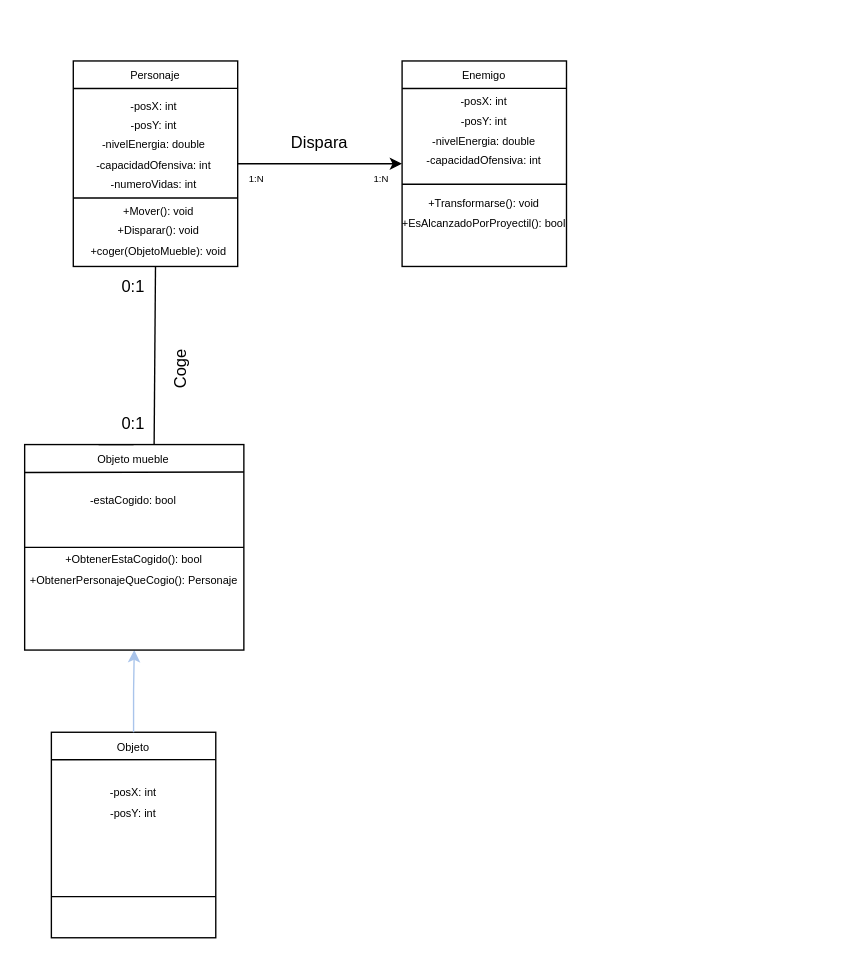
The draw.io diagram Entornos/7/Buaaa5.drawio in enderwigim/DAW1, before the edit. Source tidied: cells renumbered, new cells numbered last; positions are measured from the earlier drawing's top-left corner, leaving out a move shared by most shapes. Both pictures are drawn from the tidied source at 137%, with x=0, y=0 at pixel (23, 60).
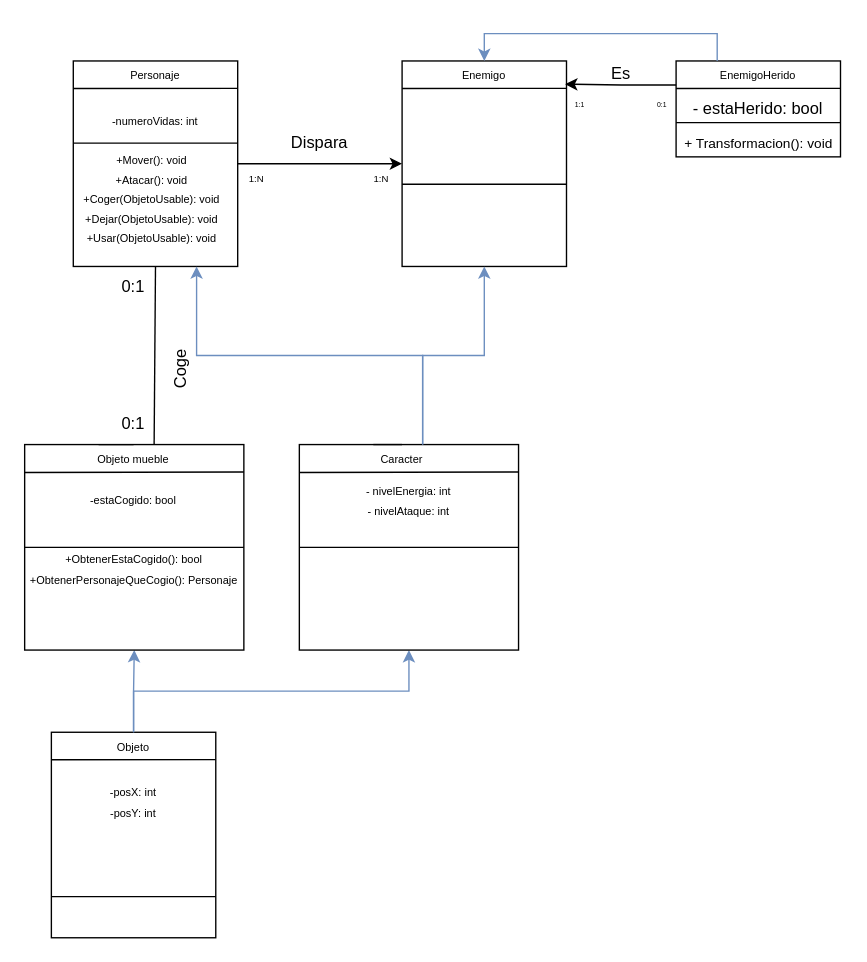
The same diagram, later.

The change refers to these unchanged cells:
```xml
<mxCell id="3" style="rounded=0;whiteSpace=wrap;html=1;" parent="1" vertex="1">
  <mxGeometry x="36" width="120" height="150" as="geometry" />
</mxCell>
<mxCell id="7" style="rounded=0;whiteSpace=wrap;html=1;" parent="1" vertex="1">
  <mxGeometry x="276" width="120" height="150" as="geometry" />
</mxCell>
<mxCell id="10" value="&lt;font style=&quot;font-size: 8px;&quot;&gt;Enemigo&lt;/font&gt;" style="text;html=1;align=center;verticalAlign=middle;whiteSpace=wrap;rounded=0;" parent="1" vertex="1">
  <mxGeometry x="306" width="60" height="20" as="geometry" />
</mxCell>
<mxCell id="15" value="&lt;font style=&quot;font-size: 8px;&quot;&gt;Objeto&lt;/font&gt;" style="text;html=1;align=center;verticalAlign=middle;whiteSpace=wrap;rounded=0;" parent="1" vertex="1">
  <mxGeometry x="50" y="490" width="60" height="20" as="geometry" />
</mxCell>
<mxCell id="16" style="rounded=0;whiteSpace=wrap;html=1;" parent="1" vertex="1">
  <mxGeometry x="0.5" y="280" width="160" height="150" as="geometry" />
</mxCell>
```

What changed in the source:
```diff
@@
     <mxCell id="5" style="endArrow=none;html=1;rounded=0;entryX=0.999;entryY=0.266;entryDx=0;entryDy=0;entryPerimeter=0;" parent="1" edge="1">
       <mxGeometry relative="1" as="geometry">
-        <mxPoint x="36" y="100" as="sourcePoint" />
-        <mxPoint x="156" y="100" as="targetPoint" />
+        <mxPoint x="36" y="60" as="sourcePoint" />
+        <mxPoint x="156" y="60" as="targetPoint" />
         <Array as="points">
-          <mxPoint x="96" y="100" />
+          <mxPoint x="96" y="60" />
         </Array>
       </mxGeometry>
     </mxCell>
@@
-    <mxCell id="14" style="edgeStyle=orthogonalEdgeStyle;rounded=0;jettySize=auto;html=1;exitX=0.5;exitY=0;exitDx=0;exitDy=0;entryX=0.5;entryY=1;entryDx=0;entryDy=0;fillColor=#dae8fc;strokeColor=#A9C4EB;" parent="1" edge="1" source="15" target="16">
+    <mxCell id="14" style="edgeStyle=orthogonalEdgeStyle;rounded=0;jettySize=auto;html=1;exitX=0.5;exitY=0;exitDx=0;exitDy=0;entryX=0.5;entryY=1;entryDx=0;entryDy=0;fillColor=#dae8fc;strokeColor=#6c8ebf;" parent="1" edge="1" source="15" target="16">
       <mxGeometry relative="1" as="geometry" />
     </mxCell>
+    <mxCell id="35" style="edgeStyle=orthogonalEdgeStyle;rounded=0;jettySize=auto;html=1;exitX=0.5;exitY=0;exitDx=0;exitDy=0;fillColor=#dae8fc;strokeColor=#6c8ebf;" parent="1" edge="1" source="15" target="36">
+      <mxGeometry relative="1" as="geometry" />
+    </mxCell>
@@
-    <mxCell id="20" value="&lt;font style=&quot;font-size: 8px;&quot;&gt;-posX: int&lt;/font&gt;&lt;div&gt;&lt;font style=&quot;font-size: 8px;&quot;&gt;-posY: int&lt;/font&gt;&lt;/div&gt;&lt;div&gt;&lt;font style=&quot;font-size: 8px;&quot;&gt;-nivelEnergia: double&lt;/font&gt;&lt;/div&gt;&lt;div&gt;&lt;font style=&quot;font-size: 8px;&quot;&gt;-capacidadOfensiva: int&lt;/font&gt;&lt;/div&gt;&lt;div&gt;&lt;font style=&quot;font-size: 8px;&quot;&gt;-numeroVidas: int&lt;/font&gt;&lt;/div&gt;" style="text;html=1;align=center;verticalAlign=middle;whiteSpace=wrap;rounded=0;" parent="1" vertex="1">
-      <mxGeometry x="50" y="50" width="90" height="20" as="geometry" />
+    <mxCell id="20" value="&lt;br&gt;&lt;div&gt;&lt;font style=&quot;font-size: 8px;&quot;&gt;-numeroVidas: int&lt;/font&gt;&lt;/div&gt;" style="text;html=1;align=center;verticalAlign=middle;whiteSpace=wrap;rounded=0;" parent="1" vertex="1">
+      <mxGeometry x="51" y="25" width="90" height="20" as="geometry" />
     </mxCell>
-    <mxCell id="21" value="&lt;font style=&quot;font-size: 8px;&quot;&gt;-posX: int&lt;/font&gt;&lt;div&gt;&lt;font style=&quot;font-size: 8px;&quot;&gt;-posY: int&lt;/font&gt;&lt;/div&gt;&lt;div&gt;&lt;font style=&quot;font-size: 8px;&quot;&gt;&lt;div style=&quot;font-size: 12px;&quot;&gt;&lt;font style=&quot;font-size: 8px;&quot;&gt;-nivelEnergia: double&lt;/font&gt;&lt;/div&gt;&lt;div style=&quot;font-size: 12px;&quot;&gt;&lt;font style=&quot;font-size: 8px;&quot;&gt;-capacidadOfensiva: int&lt;/font&gt;&lt;/div&gt;&lt;/font&gt;&lt;/div&gt;" style="text;html=1;align=center;verticalAlign=middle;whiteSpace=wrap;rounded=0;" parent="1" vertex="1">
-      <mxGeometry x="291" y="40" width="90" height="20" as="geometry" />
-    </mxCell>
@@
-    <mxCell id="24" value="&lt;span style=&quot;font-size: 8px;&quot;&gt;+Mover(): void&lt;/span&gt;&lt;div&gt;&lt;span style=&quot;font-size: 8px;&quot;&gt;+Disparar(): void&lt;/span&gt;&lt;/div&gt;&lt;div&gt;&lt;span style=&quot;font-size: 8px;&quot;&gt;+coger(ObjetoMueble): void&lt;/span&gt;&lt;/div&gt;&lt;div&gt;&lt;br&gt;&lt;/div&gt;" style="text;html=1;align=center;verticalAlign=middle;whiteSpace=wrap;rounded=0;" parent="1" vertex="1">
-      <mxGeometry x="41" y="120" width="115" height="20" as="geometry" />
+    <mxCell id="24" value="&lt;div&gt;&lt;span style=&quot;font-size: 8px;&quot;&gt;+Mover(): void&lt;/span&gt;&lt;/div&gt;&lt;div&gt;&lt;span style=&quot;font-size: 8px;&quot;&gt;+Atacar(): void&lt;/span&gt;&lt;/div&gt;&lt;div&gt;&lt;span style=&quot;font-size: 8px;&quot;&gt;+Coger(ObjetoUsable): void&lt;/span&gt;&lt;/div&gt;&lt;div&gt;&lt;span style=&quot;font-size: 8px;&quot;&gt;+Dejar(ObjetoUsable): void&lt;/span&gt;&lt;/div&gt;&lt;div&gt;&lt;span style=&quot;font-size: 8px;&quot;&gt;+Usar(ObjetoUsable): void&lt;/span&gt;&lt;/div&gt;" style="text;html=1;align=center;verticalAlign=middle;whiteSpace=wrap;rounded=0;" parent="1" vertex="1">
+      <mxGeometry x="36" y="90" width="115" height="20" as="geometry" />
     </mxCell>
-    <mxCell id="25" value="&lt;div&gt;&lt;span style=&quot;font-size: 8px;&quot;&gt;+Transformarse(): void&lt;/span&gt;&lt;/div&gt;&lt;div&gt;&lt;span style=&quot;font-size: 8px;&quot;&gt;+EsAlcanzadoPorProyectil(): bool&lt;/span&gt;&lt;/div&gt;" style="text;html=1;align=center;verticalAlign=middle;whiteSpace=wrap;rounded=0;" parent="1" vertex="1">
-      <mxGeometry x="256" y="100" width="160" height="20" as="geometry" />
-    </mxCell>
@@
+    <mxCell id="36" style="rounded=0;whiteSpace=wrap;html=1;" parent="1" vertex="1">
+      <mxGeometry x="201" y="280" width="160" height="150" as="geometry" />
+    </mxCell>
+    <mxCell id="37" style="endArrow=none;html=1;rounded=0;exitX=-0.001;exitY=0.136;exitDx=0;exitDy=0;exitPerimeter=0;" parent="1" edge="1" source="36">
+      <mxGeometry relative="1" as="geometry">
+        <mxPoint x="361" y="300" as="targetPoint" />
+      </mxGeometry>
+    </mxCell>
+    <mxCell id="38" style="endArrow=none;html=1;rounded=0;entryX=1;entryY=0.5;entryDx=0;entryDy=0;exitX=0;exitY=0.5;exitDx=0;exitDy=0;" parent="1" edge="1" source="36" target="36">
+      <mxGeometry relative="1" as="geometry" />
+    </mxCell>
+    <mxCell id="39" style="edgeStyle=orthogonalEdgeStyle;rounded=0;jettySize=auto;html=1;exitX=0.75;exitY=0;exitDx=0;exitDy=0;entryX=0.5;entryY=1;entryDx=0;entryDy=0;fillColor=#dae8fc;strokeColor=#6c8ebf;" parent="1" edge="1" source="41" target="7">
+      <mxGeometry relative="1" as="geometry" />
+    </mxCell>
+    <mxCell id="40" style="edgeStyle=orthogonalEdgeStyle;rounded=0;jettySize=auto;html=1;exitX=0.75;exitY=0;exitDx=0;exitDy=0;entryX=0.75;entryY=1;entryDx=0;entryDy=0;fillColor=#dae8fc;strokeColor=#6c8ebf;" parent="1" edge="1" source="41" target="3">
+      <mxGeometry relative="1" as="geometry" />
+    </mxCell>
+    <mxCell id="41" value="&lt;font style=&quot;font-size: 8px;&quot;&gt;Caracter&lt;/font&gt;" style="text;html=1;align=center;verticalAlign=middle;whiteSpace=wrap;rounded=0;" parent="1" vertex="1">
+      <mxGeometry x="246" y="280" width="60" height="20" as="geometry" />
+    </mxCell>
+    <mxCell id="42" value="&lt;span style=&quot;font-size: 8px;&quot;&gt;- nivelEnergia: int&lt;/span&gt;&lt;div&gt;&lt;span style=&quot;font-size: 8px;&quot;&gt;- nivelAtaque: int&lt;/span&gt;&lt;/div&gt;" style="text;html=1;align=center;verticalAlign=middle;whiteSpace=wrap;rounded=0;" parent="1" vertex="1">
+      <mxGeometry x="230.5" y="310" width="100" height="20" as="geometry" />
+    </mxCell>
+    <mxCell id="43" style="endArrow=none;html=1;rounded=0;exitX=0.5;exitY=0;exitDx=0;exitDy=0;entryX=0.5;entryY=1;entryDx=0;entryDy=0;" parent="1" edge="1" source="41">
+      <mxGeometry relative="1" as="geometry">
+        <mxPoint x="255" y="280" as="targetPoint" />
+      </mxGeometry>
+    </mxCell>
+    <mxCell id="44" style="rounded=0;whiteSpace=wrap;html=1;" parent="1" vertex="1">
+      <mxGeometry x="476" width="120" height="70" as="geometry" />
+    </mxCell>
+    <mxCell id="45" style="endArrow=none;html=1;rounded=0;entryX=0.999;entryY=0.266;entryDx=0;entryDy=0;entryPerimeter=0;" parent="1" edge="1">
+      <mxGeometry relative="1" as="geometry">
+        <mxPoint x="476" y="20.1" as="sourcePoint" />
+        <mxPoint x="595.9" y="20" as="targetPoint" />
+      </mxGeometry>
+    </mxCell>
+    <mxCell id="46" style="endArrow=none;html=1;rounded=0;entryX=0.999;entryY=0.266;entryDx=0;entryDy=0;entryPerimeter=0;" parent="1" edge="1">
+      <mxGeometry relative="1" as="geometry">
+        <mxPoint x="476" y="45" as="sourcePoint" />
+        <mxPoint x="596" y="45" as="targetPoint" />
+      </mxGeometry>
+    </mxCell>
+    <mxCell id="47" style="edgeStyle=orthogonalEdgeStyle;rounded=0;jettySize=auto;html=1;exitX=0;exitY=0;exitDx=0;exitDy=0;entryX=0.5;entryY=0;entryDx=0;entryDy=0;fillColor=#dae8fc;strokeColor=#6c8ebf;" parent="1" edge="1" source="48" target="10">
+      <mxGeometry relative="1" as="geometry" />
+    </mxCell>
+    <mxCell id="48" value="&lt;font style=&quot;font-size: 8px;&quot;&gt;EnemigoHerido&lt;/font&gt;" style="text;html=1;align=center;verticalAlign=middle;whiteSpace=wrap;rounded=0;" parent="1" vertex="1">
+      <mxGeometry x="506" width="60" height="20" as="geometry" />
+    </mxCell>
+    <mxCell id="49" value="- estaHerido: bool" style="text;html=1;align=center;verticalAlign=middle;whiteSpace=wrap;rounded=0;" parent="1" vertex="1">
+      <mxGeometry x="486" y="20" width="100" height="30" as="geometry" />
+    </mxCell>
+    <mxCell id="50" value="+ Transformacion(): void" style="text;html=1;align=center;verticalAlign=middle;whiteSpace=wrap;rounded=0;fontSize=10;" parent="1" vertex="1">
+      <mxGeometry x="473.5" y="45" width="125" height="30" as="geometry" />
+    </mxCell>
+    <mxCell id="51" style="edgeStyle=orthogonalEdgeStyle;rounded=0;jettySize=auto;html=1;exitX=0;exitY=0.25;exitDx=0;exitDy=0;entryX=0.992;entryY=0.113;entryDx=0;entryDy=0;entryPerimeter=0;" parent="1" edge="1" source="44" target="7">
+      <mxGeometry relative="1" as="geometry" />
+    </mxCell>
+    <mxCell id="52" value="Es" style="text;html=1;align=center;verticalAlign=middle;whiteSpace=wrap;rounded=0;" parent="1" vertex="1">
+      <mxGeometry x="406" y="-5" width="60" height="30" as="geometry" />
+    </mxCell>
+    <mxCell id="53" value="&lt;font style=&quot;font-size: 5px;&quot;&gt;1:1&lt;/font&gt;" style="text;html=1;align=center;verticalAlign=middle;whiteSpace=wrap;rounded=0;" parent="1" vertex="1">
+      <mxGeometry x="376" y="15" width="60" height="30" as="geometry" />
+    </mxCell>
+    <mxCell id="54" value="&lt;font style=&quot;font-size: 5px;&quot;&gt;0:1&lt;/font&gt;" style="text;html=1;align=center;verticalAlign=middle;whiteSpace=wrap;rounded=0;" parent="1" vertex="1">
+      <mxGeometry x="436" y="15" width="60" height="30" as="geometry" />
+    </mxCell>
```
